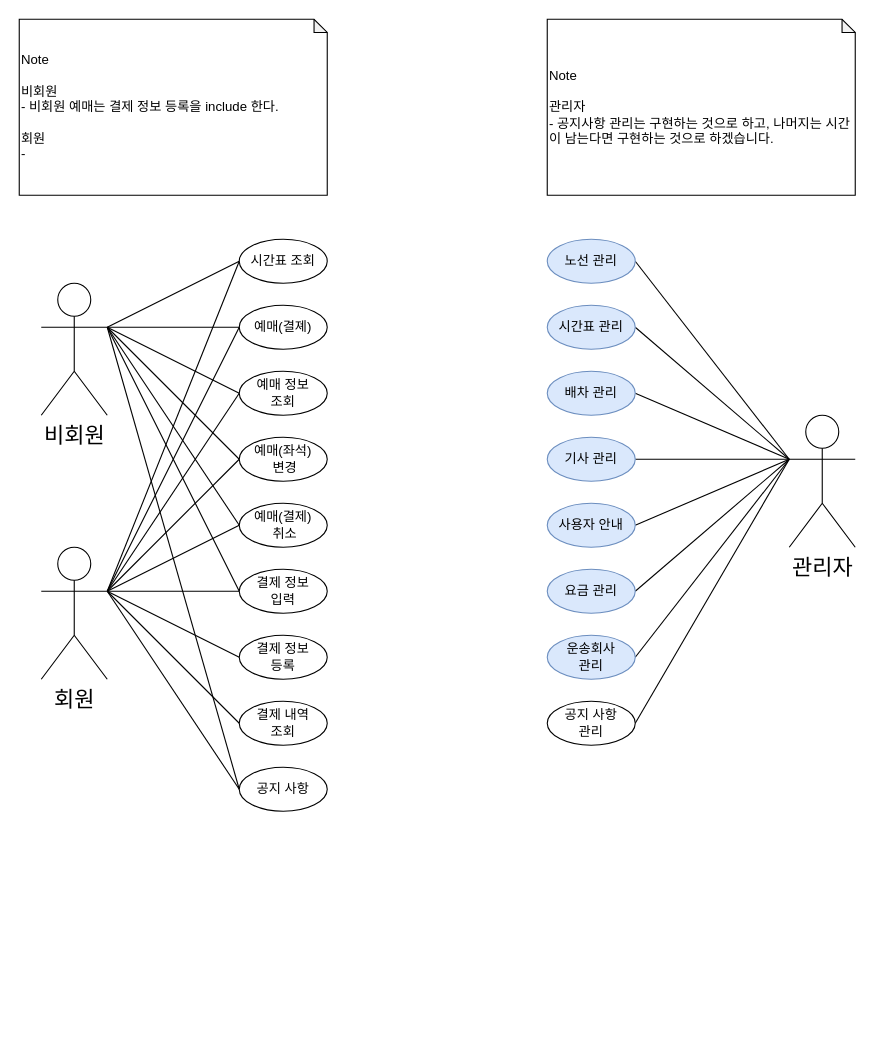
The draw.io diagram UseCase.drawio in SHIN-HANBEEN/MetanetFinal, before the edit. Source tidied: cells renumbered, new cells numbered last; positions are measured from the earlier drawing's top-left corner, leaving out a move shared by most shapes. Both pictures are drawn from the tidied source at 110%, with x=0, y=0 at pixel (19, 19).
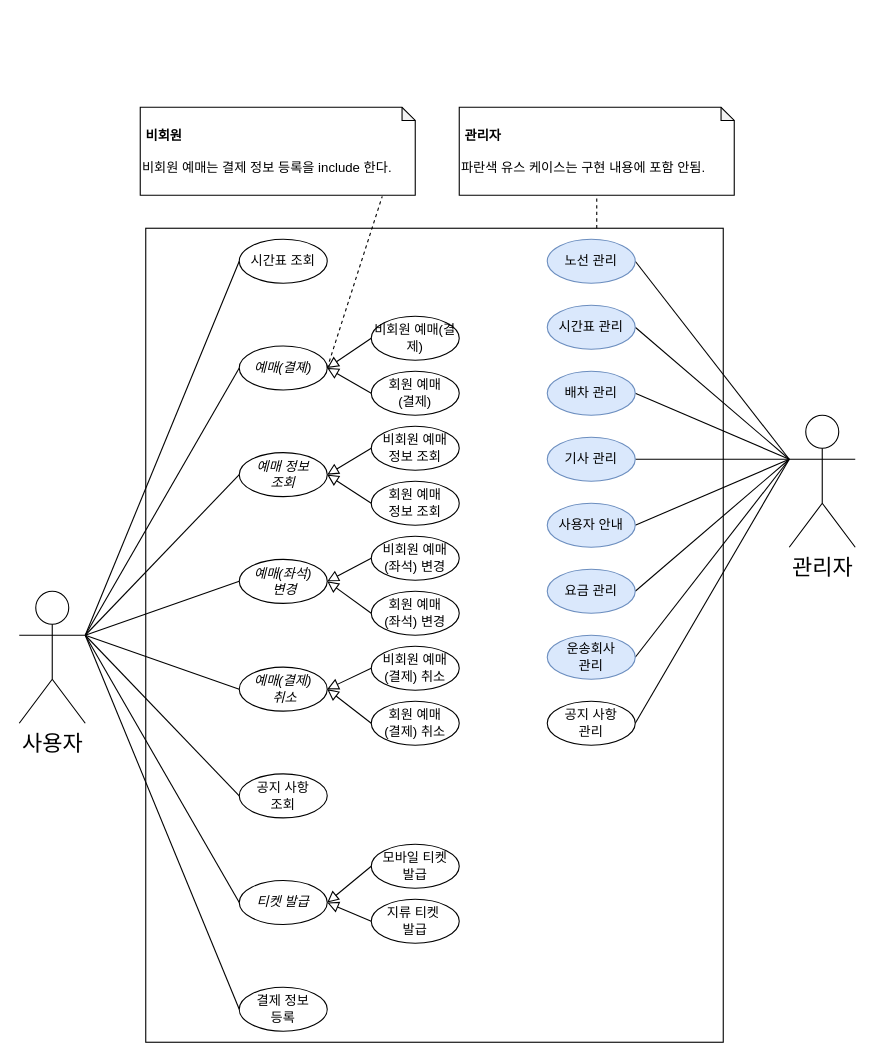
The same diagram, later.

The change refers to these unchanged cells:
```xml
<mxCell id="36" value="시간표 조회" style="ellipse;whiteSpace=wrap;html=1;" parent="1" vertex="1">
  <mxGeometry x="200" y="200" width="80" height="40" as="geometry" />
</mxCell>
```

Diff of the diagram source:
```diff
@@
+    <mxCell id="48" style="rounded=0;whiteSpace=wrap;html=1;fontFamily=Helvetica;fontSize=11;fontColor=default;" parent="1" vertex="1">
+      <mxGeometry x="115" y="190" width="525" height="740" as="geometry" />
+    </mxCell>
@@
-    <mxCell id="7" style="edgeStyle=none;shape=connector;rounded=0;jettySize=auto;html=1;exitX=1;exitY=0.3333333333333333;exitDx=0;exitDy=0;exitPerimeter=0;entryX=0;entryY=0.5;entryDx=0;entryDy=0;labelBackgroundColor=default;strokeColor=default;align=center;verticalAlign=middle;fontFamily=Helvetica;fontSize=11;fontColor=default;endArrow=none;endFill=0;" parent="1" edge="1" source="9" target="38">
-      <mxGeometry relative="1" as="geometry" />
-    </mxCell>
@@
+    <mxCell id="49" style="edgeStyle=none;shape=connector;rounded=0;jettySize=auto;html=1;exitX=1;exitY=0.3333333333333333;exitDx=0;exitDy=0;exitPerimeter=0;entryX=0;entryY=0.5;entryDx=0;entryDy=0;labelBackgroundColor=default;strokeColor=default;align=center;verticalAlign=middle;fontFamily=Helvetica;fontSize=11;fontColor=default;endArrow=none;endFill=0;" parent="1" edge="1" source="9" target="50">
+      <mxGeometry relative="1" as="geometry" />
+    </mxCell>
-    <mxCell id="9" value="&lt;font style=&quot;font-size: 20px;&quot;&gt;비회원&lt;/font&gt;" style="shape=umlActor;verticalLabelPosition=bottom;verticalAlign=top;html=1;outlineConnect=0;" parent="1" vertex="1">
-      <mxGeometry x="20" y="240" width="60" height="120" as="geometry" />
+    <mxCell id="9" value="&lt;font style=&quot;font-size: 20px;&quot;&gt;사용자&lt;br&gt;&lt;/font&gt;" style="shape=umlActor;verticalLabelPosition=bottom;verticalAlign=top;html=1;outlineConnect=0;" parent="1" vertex="1">
+      <mxGeometry y="520" width="60" height="120" as="geometry" />
     </mxCell>
-    <mxCell id="10" value="예매(결졔)" style="ellipse;whiteSpace=wrap;html=1;" parent="1" vertex="1">
-      <mxGeometry x="200" y="260" width="80" height="40" as="geometry" />
+    <mxCell id="10" value="&lt;i&gt;예매(결졔)&lt;/i&gt;" style="ellipse;whiteSpace=wrap;html=1;" parent="1" vertex="1">
+      <mxGeometry x="200" y="297" width="80" height="40" as="geometry" />
     </mxCell>
-    <mxCell id="11" value="&lt;div style=&quot;&quot;&gt;&lt;span style=&quot;background-color: initial;&quot;&gt;Note&lt;/span&gt;&lt;/div&gt;&lt;br&gt;비회원&lt;br&gt;- 비회원 예매는 결제 정보 등록을 include 한다.&lt;br&gt;&lt;br&gt;회원&lt;br&gt;-&amp;nbsp;" style="shape=note;whiteSpace=wrap;html=1;backgroundOutline=1;darkOpacity=0.05;size=12;align=left;" parent="1" vertex="1">
-      <mxGeometry width="280" height="160" as="geometry" />
+    <mxCell id="11" value="&lt;div style=&quot;&quot;&gt;&lt;/div&gt;&lt;b&gt;&amp;nbsp;비회원&lt;/b&gt;&lt;br&gt;&lt;br&gt;비회원 예매는 결제 정보 등록을 include 한다." style="shape=note;whiteSpace=wrap;html=1;backgroundOutline=1;darkOpacity=0.05;size=12;align=left;" parent="1" vertex="1">
+      <mxGeometry x="110" y="80" width="250" height="80" as="geometry" />
     </mxCell>
-    <mxCell id="12" style="edgeStyle=none;shape=connector;rounded=0;jettySize=auto;html=1;exitX=1;exitY=0.3333333333333333;exitDx=0;exitDy=0;exitPerimeter=0;entryX=0;entryY=0.5;entryDx=0;entryDy=0;labelBackgroundColor=default;strokeColor=default;align=center;verticalAlign=middle;fontFamily=Helvetica;fontSize=11;fontColor=default;endArrow=none;endFill=0;" parent="1" edge="1" source="21" target="32">
+    <mxCell id="12" style="edgeStyle=none;shape=connector;rounded=0;jettySize=auto;html=1;exitX=1;exitY=0.3333333333333333;exitDx=0;exitDy=0;exitPerimeter=0;entryX=0;entryY=0.5;entryDx=0;entryDy=0;labelBackgroundColor=default;strokeColor=default;align=center;verticalAlign=middle;fontFamily=Helvetica;fontSize=11;fontColor=default;endArrow=none;endFill=0;" parent="1" edge="1" source="9" target="32">
       <mxGeometry relative="1" as="geometry" />
     </mxCell>
-    <mxCell id="13" style="edgeStyle=none;shape=connector;rounded=0;jettySize=auto;html=1;exitX=1;exitY=0.3333333333333333;exitDx=0;exitDy=0;exitPerimeter=0;entryX=0;entryY=0.5;entryDx=0;entryDy=0;labelBackgroundColor=default;strokeColor=default;align=center;verticalAlign=middle;fontFamily=Helvetica;fontSize=11;fontColor=default;endArrow=none;endFill=0;" parent="1" edge="1" source="21" target="33">
-      <mxGeometry relative="1" as="geometry" />
-    </mxCell>
-    <mxCell id="14" style="edgeStyle=none;shape=connector;rounded=0;jettySize=auto;html=1;exitX=1;exitY=0.3333333333333333;exitDx=0;exitDy=0;exitPerimeter=0;entryX=0;entryY=0.5;entryDx=0;entryDy=0;labelBackgroundColor=default;strokeColor=default;align=center;verticalAlign=middle;fontFamily=Helvetica;fontSize=11;fontColor=default;endArrow=none;endFill=0;" parent="1" edge="1" source="21" target="34">
-      <mxGeometry relative="1" as="geometry" />
-    </mxCell>
-    <mxCell id="15" style="edgeStyle=none;shape=connector;rounded=0;jettySize=auto;html=1;exitX=1;exitY=0.3333333333333333;exitDx=0;exitDy=0;exitPerimeter=0;labelBackgroundColor=default;strokeColor=default;align=center;verticalAlign=middle;fontFamily=Helvetica;fontSize=11;fontColor=default;endArrow=none;endFill=0;entryX=0;entryY=0.5;entryDx=0;entryDy=0;" parent="1" edge="1" source="21" target="37">
-      <mxGeometry relative="1" as="geometry" />
-    </mxCell>
-    <mxCell id="16" style="edgeStyle=none;shape=connector;rounded=0;jettySize=auto;html=1;exitX=1;exitY=0.3333333333333333;exitDx=0;exitDy=0;exitPerimeter=0;labelBackgroundColor=default;strokeColor=default;align=center;verticalAlign=middle;fontFamily=Helvetica;fontSize=11;fontColor=default;endArrow=none;endFill=0;entryX=0;entryY=0.5;entryDx=0;entryDy=0;" parent="1" edge="1" source="21" target="31">
-      <mxGeometry relative="1" as="geometry" />
-    </mxCell>
-    <mxCell id="17" style="edgeStyle=none;shape=connector;rounded=0;jettySize=auto;html=1;exitX=1;exitY=0.3333333333333333;exitDx=0;exitDy=0;exitPerimeter=0;labelBackgroundColor=default;strokeColor=default;align=center;verticalAlign=middle;fontFamily=Helvetica;fontSize=11;fontColor=default;endArrow=none;endFill=0;entryX=0;entryY=0.5;entryDx=0;entryDy=0;" parent="1" edge="1" source="21" target="10">
-      <mxGeometry relative="1" as="geometry" />
-    </mxCell>
-    <mxCell id="18" style="edgeStyle=none;shape=connector;rounded=0;jettySize=auto;html=1;exitX=1;exitY=0.3333333333333333;exitDx=0;exitDy=0;exitPerimeter=0;labelBackgroundColor=default;strokeColor=default;align=center;verticalAlign=middle;fontFamily=Helvetica;fontSize=11;fontColor=default;endArrow=none;endFill=0;entryX=0;entryY=0.5;entryDx=0;entryDy=0;" parent="1" edge="1" source="21" target="36">
-      <mxGeometry relative="1" as="geometry" />
-    </mxCell>
-    <mxCell id="19" style="edgeStyle=none;shape=connector;rounded=0;jettySize=auto;html=1;exitX=1;exitY=0.3333333333333333;exitDx=0;exitDy=0;exitPerimeter=0;entryX=0;entryY=0.5;entryDx=0;entryDy=0;labelBackgroundColor=default;strokeColor=default;align=center;verticalAlign=middle;fontFamily=Helvetica;fontSize=11;fontColor=default;endArrow=none;endFill=0;" parent="1" edge="1" source="21" target="38">
-      <mxGeometry relative="1" as="geometry" />
-    </mxCell>
-    <mxCell id="20" style="edgeStyle=none;shape=connector;rounded=0;jettySize=auto;html=1;exitX=1;exitY=0.3333333333333333;exitDx=0;exitDy=0;exitPerimeter=0;labelBackgroundColor=default;strokeColor=default;align=center;verticalAlign=middle;fontFamily=Helvetica;fontSize=11;fontColor=default;endArrow=none;endFill=0;entryX=0;entryY=0.5;entryDx=0;entryDy=0;" parent="1" edge="1" source="21" target="39">
-      <mxGeometry relative="1" as="geometry" />
-    </mxCell>
-    <mxCell id="21" value="&lt;font style=&quot;font-size: 20px;&quot;&gt;회원&lt;/font&gt;" style="shape=umlActor;verticalLabelPosition=bottom;verticalAlign=top;html=1;outlineConnect=0;" parent="1" vertex="1">
-      <mxGeometry x="20" y="480" width="60" height="120" as="geometry" />
-    </mxCell>
@@
-    <mxCell id="31" value="예매 정보&lt;br&gt;조회" style="ellipse;whiteSpace=wrap;html=1;" parent="1" vertex="1">
-      <mxGeometry x="200" y="320" width="80" height="40" as="geometry" />
+    <mxCell id="31" value="&lt;i&gt;예매 정보&lt;br&gt;조회&lt;/i&gt;" style="ellipse;whiteSpace=wrap;html=1;" parent="1" vertex="1">
+      <mxGeometry x="200" y="394" width="80" height="40" as="geometry" />
     </mxCell>
     <mxCell id="32" value="결제 정보 &lt;br&gt;등록" style="ellipse;whiteSpace=wrap;html=1;" parent="1" vertex="1">
-      <mxGeometry x="200" y="560" width="80" height="40" as="geometry" />
+      <mxGeometry x="200" y="880" width="80" height="40" as="geometry" />
     </mxCell>
-    <mxCell id="33" value="결제 내역&lt;br&gt;조회" style="ellipse;whiteSpace=wrap;html=1;" parent="1" vertex="1">
-      <mxGeometry x="200" y="620" width="80" height="40" as="geometry" />
-    </mxCell>
-    <mxCell id="34" value="예매(결제)&lt;br&gt;&amp;nbsp;취소" style="ellipse;whiteSpace=wrap;html=1;" parent="1" vertex="1">
-      <mxGeometry x="200" y="440" width="80" height="40" as="geometry" />
+    <mxCell id="34" value="&lt;i&gt;예매(결제)&lt;br&gt;&amp;nbsp;취소&lt;/i&gt;" style="ellipse;whiteSpace=wrap;html=1;" parent="1" vertex="1">
+      <mxGeometry x="200" y="589" width="80" height="40" as="geometry" />
     </mxCell>
@@
-    <mxCell id="37" value="예매(좌석)&lt;br&gt;&amp;nbsp;변경" style="ellipse;whiteSpace=wrap;html=1;" parent="1" vertex="1">
-      <mxGeometry x="200" y="380" width="80" height="40" as="geometry" />
+    <mxCell id="37" value="&lt;i&gt;예매(좌석)&lt;br&gt;&amp;nbsp;변경&lt;/i&gt;" style="ellipse;whiteSpace=wrap;html=1;" parent="1" vertex="1">
+      <mxGeometry x="200" y="491" width="80" height="40" as="geometry" />
     </mxCell>
-    <mxCell id="38" value="결제 정보 &lt;br&gt;입력" style="ellipse;whiteSpace=wrap;html=1;" parent="1" vertex="1">
-      <mxGeometry x="200" y="500" width="80" height="40" as="geometry" />
-    </mxCell>
-    <mxCell id="39" value="공지 사항" style="ellipse;whiteSpace=wrap;html=1;" parent="1" vertex="1">
-      <mxGeometry x="200" y="680" width="80" height="40" as="geometry" />
+    <mxCell id="39" value="공지 사항&lt;br&gt;조회" style="ellipse;whiteSpace=wrap;html=1;" parent="1" vertex="1">
+      <mxGeometry x="200" y="686" width="80" height="40" as="geometry" />
     </mxCell>
@@
-    <mxCell id="47" value="&lt;div style=&quot;&quot;&gt;&lt;span style=&quot;background-color: initial;&quot;&gt;Note&lt;/span&gt;&lt;/div&gt;&lt;br&gt;관리자&lt;br&gt;- 공지사항 관리는 구현하는 것으로 하고, 나머지는 시간이 남는다면 구현하는 것으로 하겠습니다." style="shape=note;whiteSpace=wrap;html=1;backgroundOutline=1;darkOpacity=0.05;size=12;align=left;" parent="1" vertex="1">
-      <mxGeometry x="480" width="280" height="160" as="geometry" />
+    <mxCell id="47" value="&lt;p style=&quot;line-height: 150%;&quot;&gt;&lt;/p&gt;&lt;div style=&quot;line-height: 140%;&quot;&gt;&lt;/div&gt;&lt;b&gt;&amp;nbsp;관리자&lt;/b&gt;&lt;br&gt;&lt;br&gt;파란색 유스 케이스는 구현 내용에 포함 안됨.&lt;p&gt;&lt;/p&gt;" style="shape=note;whiteSpace=wrap;html=1;backgroundOutline=1;darkOpacity=0.05;size=12;align=left;" parent="1" vertex="1">
+      <mxGeometry x="400" y="80" width="250" height="80" as="geometry" />
     </mxCell>
+    <mxCell id="50" value="&lt;i&gt;티켓 발급&lt;/i&gt;" style="ellipse;whiteSpace=wrap;html=1;" parent="1" vertex="1">
+      <mxGeometry x="200" y="783" width="80" height="40" as="geometry" />
+    </mxCell>
+    <mxCell id="51" value="모바일 티켓&lt;br&gt;발급" style="ellipse;whiteSpace=wrap;html=1;" parent="1" vertex="1">
+      <mxGeometry x="320" y="750" width="80" height="40" as="geometry" />
+    </mxCell>
+    <mxCell id="52" value="지류 티켓&amp;nbsp;&lt;br&gt;발급" style="ellipse;whiteSpace=wrap;html=1;" parent="1" vertex="1">
+      <mxGeometry x="320" y="800" width="80" height="40" as="geometry" />
+    </mxCell>
+    <mxCell id="53" style="endArrow=block;html=1;rounded=0;labelBackgroundColor=default;strokeColor=default;align=center;verticalAlign=middle;fontFamily=Helvetica;fontSize=11;fontColor=default;shape=connector;exitX=0;exitY=0.5;exitDx=0;exitDy=0;endFill=0;endSize=8;entryX=1;entryY=0.5;entryDx=0;entryDy=0;" parent="1" edge="1" source="51" target="50">
+      <mxGeometry relative="1" as="geometry" />
+    </mxCell>
+    <mxCell id="54" style="endArrow=block;html=1;rounded=0;labelBackgroundColor=default;strokeColor=default;align=center;verticalAlign=middle;fontFamily=Helvetica;fontSize=11;fontColor=default;shape=connector;exitX=0;exitY=0.5;exitDx=0;exitDy=0;endFill=0;endSize=8;entryX=1;entryY=0.5;entryDx=0;entryDy=0;" parent="1" edge="1" source="52" target="50">
+      <mxGeometry relative="1" as="geometry" />
+    </mxCell>
+    <mxCell id="55" style="endArrow=none;dashed=1;html=1;rounded=0;labelBackgroundColor=default;strokeColor=default;align=center;verticalAlign=middle;fontFamily=Helvetica;fontSize=11;fontColor=default;shape=connector;entryX=0.88;entryY=1.012;entryDx=0;entryDy=0;entryPerimeter=0;exitX=1;exitY=0.5;exitDx=0;exitDy=0;" parent="1" edge="1" source="10" target="11">
+      <mxGeometry relative="1" as="geometry" />
+    </mxCell>
+    <mxCell id="56" style="endArrow=none;dashed=1;html=1;rounded=0;labelBackgroundColor=default;strokeColor=default;align=center;verticalAlign=middle;fontFamily=Helvetica;fontSize=11;fontColor=default;shape=connector;entryX=0.5;entryY=1;entryDx=0;entryDy=0;entryPerimeter=0;" parent="1" edge="1" target="47">
+      <mxGeometry relative="1" as="geometry">
+        <mxPoint x="525" y="190" as="sourcePoint" />
+      </mxGeometry>
+    </mxCell>
+    <mxCell id="57" value="비회원 예매&lt;br&gt;(좌석) 변경" style="ellipse;whiteSpace=wrap;html=1;" parent="1" vertex="1">
+      <mxGeometry x="320" y="470" width="80" height="40" as="geometry" />
+    </mxCell>
+    <mxCell id="58" value="회원 예매&lt;br style=&quot;border-color: var(--border-color);&quot;&gt;(좌석) 변경" style="ellipse;whiteSpace=wrap;html=1;" parent="1" vertex="1">
+      <mxGeometry x="320" y="520" width="80" height="40" as="geometry" />
+    </mxCell>
+    <mxCell id="59" style="endArrow=block;html=1;rounded=0;labelBackgroundColor=default;strokeColor=default;align=center;verticalAlign=middle;fontFamily=Helvetica;fontSize=11;fontColor=default;shape=connector;entryX=1;entryY=0.5;entryDx=0;entryDy=0;exitX=0;exitY=0.5;exitDx=0;exitDy=0;endFill=0;endSize=8;" parent="1" edge="1" source="57" target="37">
+      <mxGeometry relative="1" as="geometry" />
+    </mxCell>
+    <mxCell id="60" style="endArrow=block;html=1;rounded=0;labelBackgroundColor=default;strokeColor=default;align=center;verticalAlign=middle;fontFamily=Helvetica;fontSize=11;fontColor=default;shape=connector;exitX=0;exitY=0.5;exitDx=0;exitDy=0;endFill=0;endSize=8;entryX=1;entryY=0.5;entryDx=0;entryDy=0;" parent="1" edge="1" source="58" target="37">
+      <mxGeometry relative="1" as="geometry" />
+    </mxCell>
+    <mxCell id="61" value="비회원 예매(결제)" style="ellipse;whiteSpace=wrap;html=1;" parent="1" vertex="1">
+      <mxGeometry x="320" y="270" width="80" height="40" as="geometry" />
+    </mxCell>
+    <mxCell id="62" value="회원 예매&lt;br&gt;(결제)" style="ellipse;whiteSpace=wrap;html=1;" parent="1" vertex="1">
+      <mxGeometry x="320" y="320" width="80" height="40" as="geometry" />
+    </mxCell>
+    <mxCell id="63" style="endArrow=block;html=1;rounded=0;labelBackgroundColor=default;strokeColor=default;align=center;verticalAlign=middle;fontFamily=Helvetica;fontSize=11;fontColor=default;shape=connector;entryX=1;entryY=0.5;entryDx=0;entryDy=0;exitX=0;exitY=0.5;exitDx=0;exitDy=0;endFill=0;endSize=8;" parent="1" edge="1" source="61" target="10">
+      <mxGeometry relative="1" as="geometry" />
+    </mxCell>
+    <mxCell id="64" style="endArrow=block;html=1;rounded=0;labelBackgroundColor=default;strokeColor=default;align=center;verticalAlign=middle;fontFamily=Helvetica;fontSize=11;fontColor=default;shape=connector;exitX=0;exitY=0.5;exitDx=0;exitDy=0;endFill=0;endSize=8;entryX=1;entryY=0.5;entryDx=0;entryDy=0;" parent="1" edge="1" source="62" target="10">
+      <mxGeometry relative="1" as="geometry" />
+    </mxCell>
+    <mxCell id="65" value="비회원 예매&lt;br&gt;정보 조회" style="ellipse;whiteSpace=wrap;html=1;" parent="1" vertex="1">
+      <mxGeometry x="320" y="370" width="80" height="40" as="geometry" />
+    </mxCell>
+    <mxCell id="66" value="회원 예매&lt;br&gt;정보 조회" style="ellipse;whiteSpace=wrap;html=1;" parent="1" vertex="1">
+      <mxGeometry x="320" y="420" width="80" height="40" as="geometry" />
+    </mxCell>
+    <mxCell id="67" style="endArrow=block;html=1;rounded=0;labelBackgroundColor=default;strokeColor=default;align=center;verticalAlign=middle;fontFamily=Helvetica;fontSize=11;fontColor=default;shape=connector;entryX=1;entryY=0.5;entryDx=0;entryDy=0;exitX=0;exitY=0.5;exitDx=0;exitDy=0;endFill=0;endSize=8;" parent="1" edge="1" source="65" target="31">
+      <mxGeometry relative="1" as="geometry" />
+    </mxCell>
+    <mxCell id="68" style="endArrow=block;html=1;rounded=0;labelBackgroundColor=default;strokeColor=default;align=center;verticalAlign=middle;fontFamily=Helvetica;fontSize=11;fontColor=default;shape=connector;exitX=0;exitY=0.5;exitDx=0;exitDy=0;endFill=0;endSize=8;entryX=1;entryY=0.5;entryDx=0;entryDy=0;" parent="1" edge="1" source="66" target="31">
+      <mxGeometry relative="1" as="geometry" />
+    </mxCell>
+    <mxCell id="69" value="비회원 예매&lt;br&gt;(결제) 취소" style="ellipse;whiteSpace=wrap;html=1;" parent="1" vertex="1">
+      <mxGeometry x="320" y="570" width="80" height="40" as="geometry" />
+    </mxCell>
+    <mxCell id="70" value="회원 예매&lt;br style=&quot;border-color: var(--border-color);&quot;&gt;(결제) 취소" style="ellipse;whiteSpace=wrap;html=1;" parent="1" vertex="1">
+      <mxGeometry x="320" y="620" width="80" height="40" as="geometry" />
+    </mxCell>
+    <mxCell id="71" style="endArrow=block;html=1;rounded=0;labelBackgroundColor=default;strokeColor=default;align=center;verticalAlign=middle;fontFamily=Helvetica;fontSize=11;fontColor=default;shape=connector;exitX=0;exitY=0.5;exitDx=0;exitDy=0;endFill=0;endSize=8;entryX=1;entryY=0.5;entryDx=0;entryDy=0;" parent="1" edge="1" source="69" target="34">
+      <mxGeometry relative="1" as="geometry" />
+    </mxCell>
+    <mxCell id="72" style="endArrow=block;html=1;rounded=0;labelBackgroundColor=default;strokeColor=default;align=center;verticalAlign=middle;fontFamily=Helvetica;fontSize=11;fontColor=default;shape=connector;exitX=0;exitY=0.5;exitDx=0;exitDy=0;endFill=0;endSize=8;entryX=1;entryY=0.5;entryDx=0;entryDy=0;" parent="1" edge="1" source="70" target="34">
+      <mxGeometry relative="1" as="geometry" />
+    </mxCell>
```
